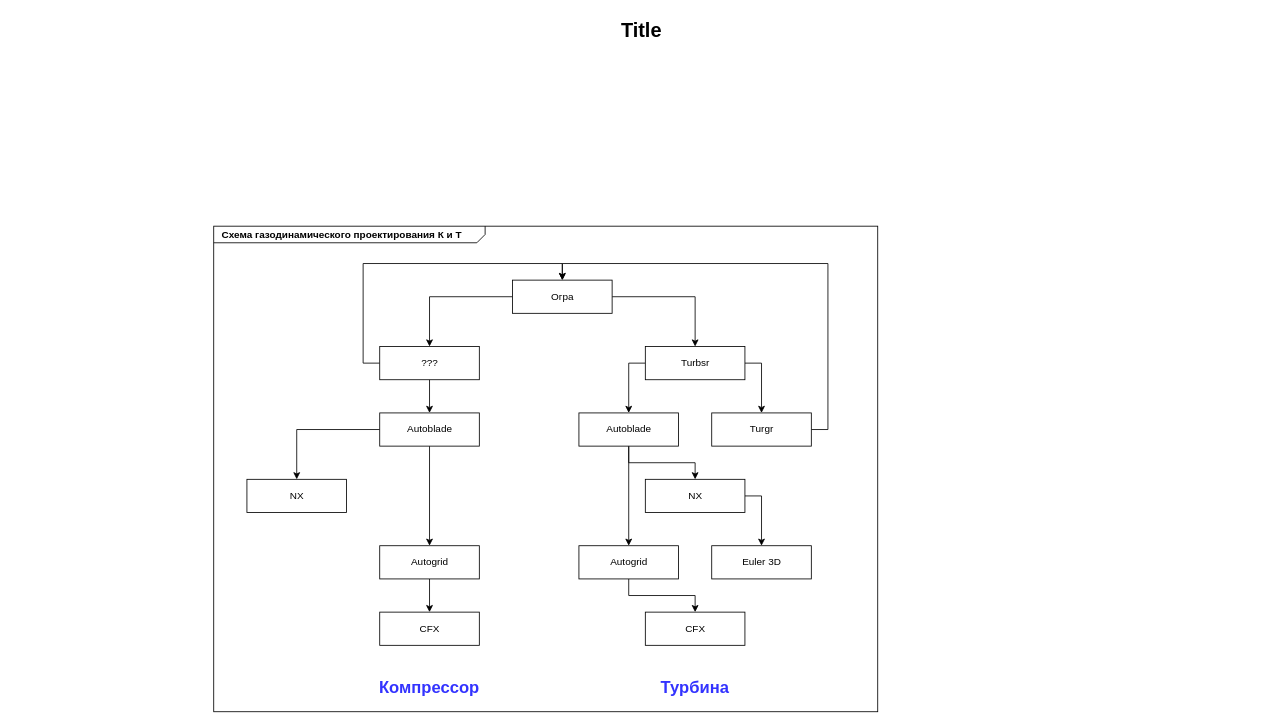
AleksTikhonov/CML-Bench-API keeps this draw.io diagram as Gasdyn.drawio. Above is the earlier version. Source tidied: cells renumbered, new cells numbered last; positions are measured from the earlier drawing's top-left corner, leaving out a move shared by most shapes. Both pictures are drawn from the tidied source at 83%, with x=0, y=0 at pixel (14, 14).
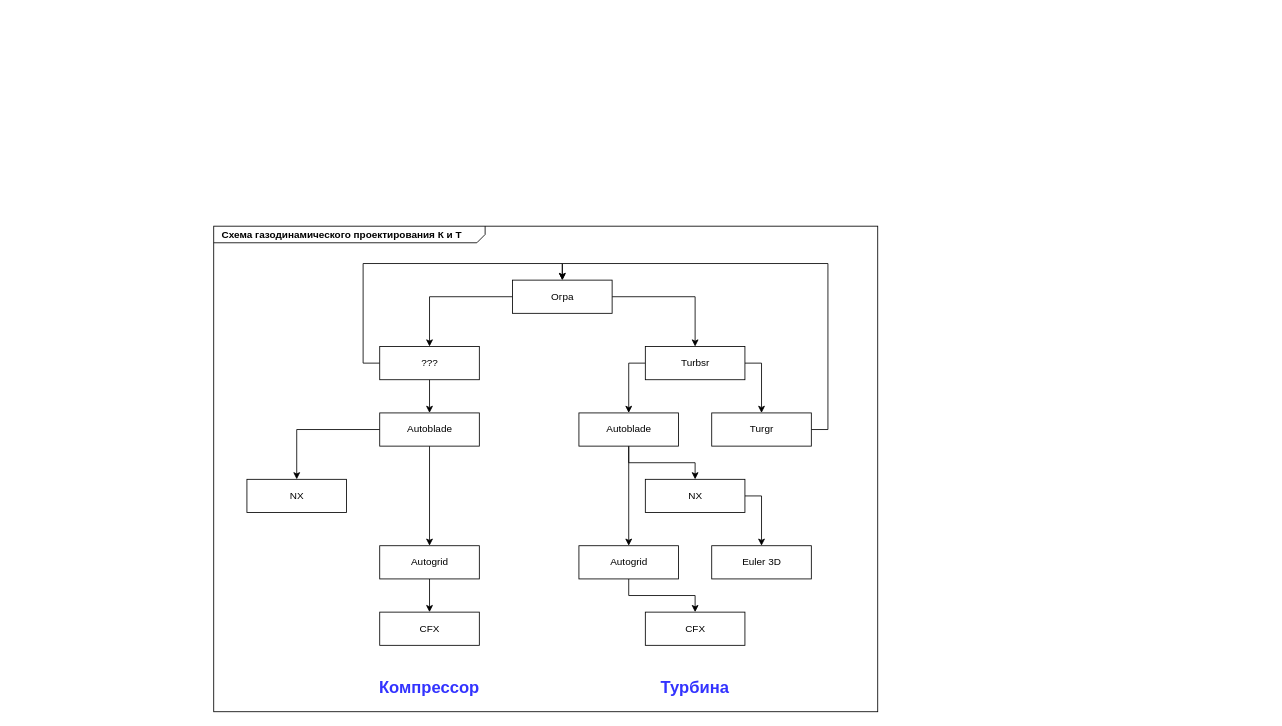
Above is the later version.

The edit, as a diff of the source:
```diff
@@
-    <mxCell id="3" value="Title" style="text;strokeColor=none;fillColor=none;html=1;fontSize=24;fontStyle=1;verticalAlign=middle;align=center;" parent="1" vertex="1">
-      <mxGeometry width="1510" height="40" as="geometry" />
-    </mxCell>
```
